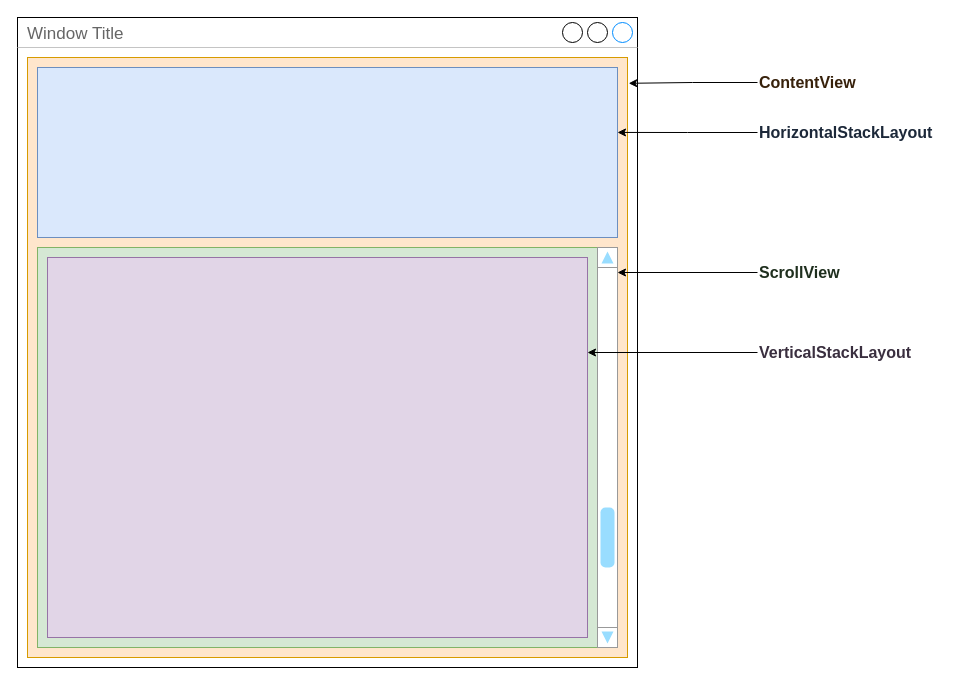
ProgramX-NPledger/Clock keeps this draw.io diagram as mock-ups/Untitled Diagram.drawio. Above is the earlier version. Source tidied: cells renumbered, new cells numbered last; positions are measured from the earlier drawing's top-left corner, leaving out a move shared by most shapes. Both pictures are drawn from the tidied source at 100%, with x=0, y=0 at pixel (17, 17).
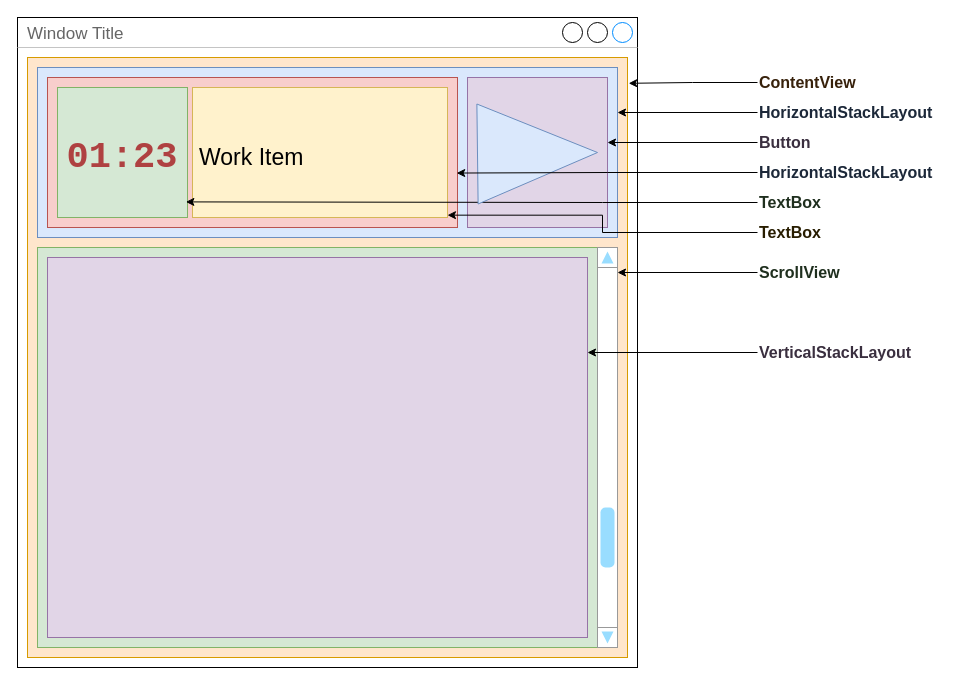
After the change.

The change refers to these unchanged cells:
```xml
<mxCell id="4" style="rounded=0;whiteSpace=wrap;html=1;fillColor=#dae8fc;strokeColor=#6c8ebf;" parent="1" vertex="1">
  <mxGeometry x="20" y="50" width="580" height="170" as="geometry" />
</mxCell>
```

Change to the diagram source:
```diff
@@
     <mxCell id="9" value="HorizontalStackLayout" style="text;strokeColor=none;align=left;fillColor=none;html=1;verticalAlign=middle;whiteSpace=wrap;rounded=0;fontSize=16;fontColor=#1c2839;fontStyle=1;" parent="1" vertex="1">
-      <mxGeometry x="740" y="100" width="180" height="30" as="geometry" />
+      <mxGeometry x="740" y="80" width="180" height="30" as="geometry" />
     </mxCell>
@@
-    <mxCell id="11" style="edgeStyle=orthogonalEdgeStyle;rounded=0;jettySize=auto;html=1;entryX=1;entryY=0.382;entryDx=0;entryDy=0;entryPerimeter=0;" parent="1" edge="1" source="9" target="4">
-      <mxGeometry relative="1" as="geometry" />
+    <mxCell id="11" style="edgeStyle=orthogonalEdgeStyle;rounded=0;jettySize=auto;html=1;" parent="1" edge="1" source="9">
+      <mxGeometry relative="1" as="geometry">
+        <mxPoint x="600" y="95" as="targetPoint" />
+      </mxGeometry>
     </mxCell>
@@
+    <mxCell id="16" style="rounded=0;whiteSpace=wrap;html=1;fillColor=#e1d5e7;strokeColor=#9673a6;" parent="1" vertex="1">
+      <mxGeometry x="450" y="60" width="140" height="150" as="geometry" />
+    </mxCell>
+    <mxCell id="17" style="rounded=0;whiteSpace=wrap;html=1;fillColor=#f8cecc;strokeColor=#b85450;" parent="1" vertex="1">
+      <mxGeometry x="30" y="60" width="410" height="150" as="geometry" />
+    </mxCell>
+    <mxCell id="18" value="Button" style="text;strokeColor=none;align=left;fillColor=none;html=1;verticalAlign=middle;whiteSpace=wrap;rounded=0;fontSize=16;fontColor=#3a2f3f;fontStyle=1;" parent="1" vertex="1">
+      <mxGeometry x="740" y="110" width="180" height="30" as="geometry" />
+    </mxCell>
+    <mxCell id="19" style="edgeStyle=orthogonalEdgeStyle;rounded=0;jettySize=auto;html=1;" parent="1" edge="1" source="18">
+      <mxGeometry relative="1" as="geometry">
+        <mxPoint x="590" y="125" as="targetPoint" />
+      </mxGeometry>
+    </mxCell>
+    <mxCell id="20" value="HorizontalStackLayout" style="text;strokeColor=none;align=left;fillColor=none;html=1;verticalAlign=middle;whiteSpace=wrap;rounded=0;fontSize=16;fontColor=#1c2839;fontStyle=1;" parent="1" vertex="1">
+      <mxGeometry x="740" y="140" width="180" height="30" as="geometry" />
+    </mxCell>
+    <mxCell id="21" style="rounded=0;whiteSpace=wrap;html=1;fillColor=#d5e8d4;strokeColor=#82b366;" parent="1" vertex="1">
+      <mxGeometry x="40" y="70" width="130" height="130" as="geometry" />
+    </mxCell>
+    <mxCell id="22" style="rounded=0;whiteSpace=wrap;html=1;fillColor=#fff2cc;strokeColor=#d6b656;" parent="1" vertex="1">
+      <mxGeometry x="175" y="70" width="255" height="130" as="geometry" />
+    </mxCell>
+    <mxCell id="23" value="TextBox" style="text;strokeColor=none;align=left;fillColor=none;html=1;verticalAlign=middle;whiteSpace=wrap;rounded=0;fontSize=16;fontColor=#1f2f1e;fontStyle=1;" parent="1" vertex="1">
+      <mxGeometry x="740" y="170" width="180" height="30" as="geometry" />
+    </mxCell>
+    <mxCell id="24" style="edgeStyle=orthogonalEdgeStyle;rounded=0;jettySize=auto;html=1;entryX=-0.026;entryY=0.88;entryDx=0;entryDy=0;entryPerimeter=0;" parent="1" edge="1" source="23" target="22">
+      <mxGeometry relative="1" as="geometry" />
+    </mxCell>
+    <mxCell id="25" value="TextBox" style="text;strokeColor=none;align=left;fillColor=none;html=1;verticalAlign=middle;whiteSpace=wrap;rounded=0;fontSize=16;fontColor=#281d00;fontStyle=1;" parent="1" vertex="1">
+      <mxGeometry x="740" y="200" width="180" height="30" as="geometry" />
+    </mxCell>
+    <mxCell id="26" style="edgeStyle=orthogonalEdgeStyle;rounded=0;jettySize=auto;html=1;entryX=1;entryY=0.982;entryDx=0;entryDy=0;entryPerimeter=0;" parent="1" edge="1" source="25" target="22">
+      <mxGeometry relative="1" as="geometry" />
+    </mxCell>
+    <mxCell id="27" value="01:23" style="text;strokeColor=none;align=center;fillColor=none;html=1;verticalAlign=middle;whiteSpace=wrap;rounded=0;fontFamily=Courier New;fontSize=37;fontStyle=1;fontColor=#af4141;" parent="1" vertex="1">
+      <mxGeometry x="40" y="110" width="130" height="60" as="geometry" />
+    </mxCell>
+    <mxCell id="28" value="Work Item" style="text;strokeColor=none;align=left;fillColor=none;html=1;verticalAlign=middle;whiteSpace=wrap;rounded=0;fontSize=23;" parent="1" vertex="1">
+      <mxGeometry x="180" y="120" width="240" height="40" as="geometry" />
+    </mxCell>
+    <mxCell id="29" style="shape=mxgraph.arrows2.wedgeArrow;html=1;startWidth=50;fillColor=#dae8fc;defaultFillColor=invert;defaultGradientColor=invert;rounded=0;fontColor=#FFADFF;strokeColor=#6c8ebf;" parent="1" edge="1">
+      <mxGeometry relative="1" as="geometry">
+        <mxPoint x="460" y="136.5" as="sourcePoint" />
+        <mxPoint x="580" y="135" as="targetPoint" />
+      </mxGeometry>
+    </mxCell>
+    <mxCell id="30" style="edgeStyle=orthogonalEdgeStyle;rounded=0;jettySize=auto;html=1;entryX=0.998;entryY=0.637;entryDx=0;entryDy=0;entryPerimeter=0;" parent="1" edge="1" source="20" target="17">
+      <mxGeometry relative="1" as="geometry" />
+    </mxCell>
```
